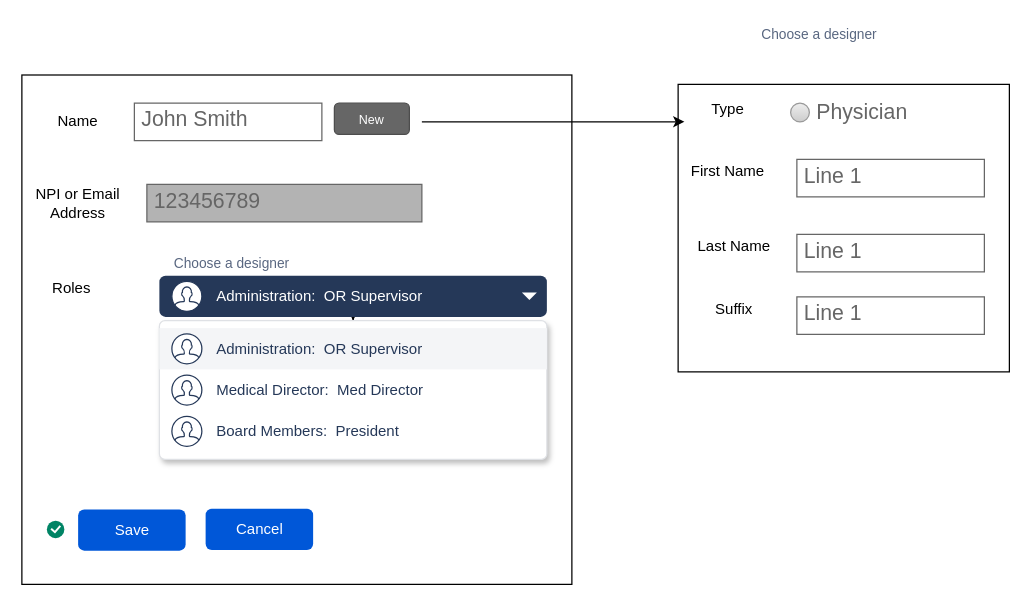
woodsngoods/MDM keeps this draw.io diagram as page "Add Contact" (2 of 2) of Untitled Diagram.drawio. Above is the earlier version. Source tidied: cells renumbered, new cells numbered last; positions are measured from the earlier drawing's top-left corner, leaving out a move shared by most shapes. Both pictures are drawn from the tidied source at 125%, with x=0, y=0 at pixel (21, 21).
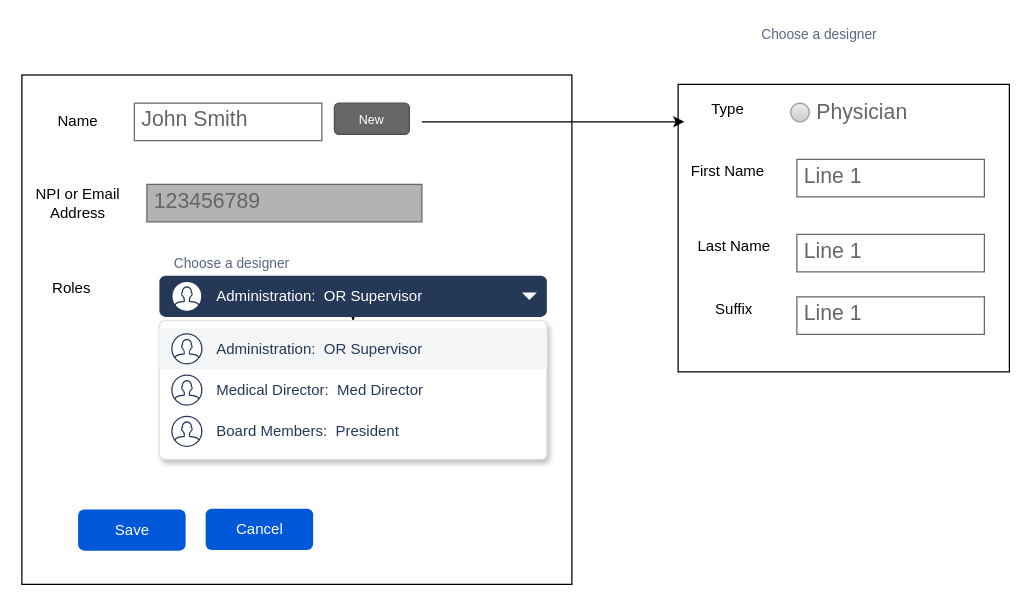
The same diagram, later.

Diff of the diagram source:
```diff
@@
-    <mxCell id="31" style="html=1;shadow=0;dashed=0;shape=mxgraph.atlassian.checkbox;fillColor=#008465;strokeColor=none;html=1;" parent="1" vertex="1">
-      <mxGeometry x="20" y="399" width="14" height="14" as="geometry" />
-    </mxCell>
```
